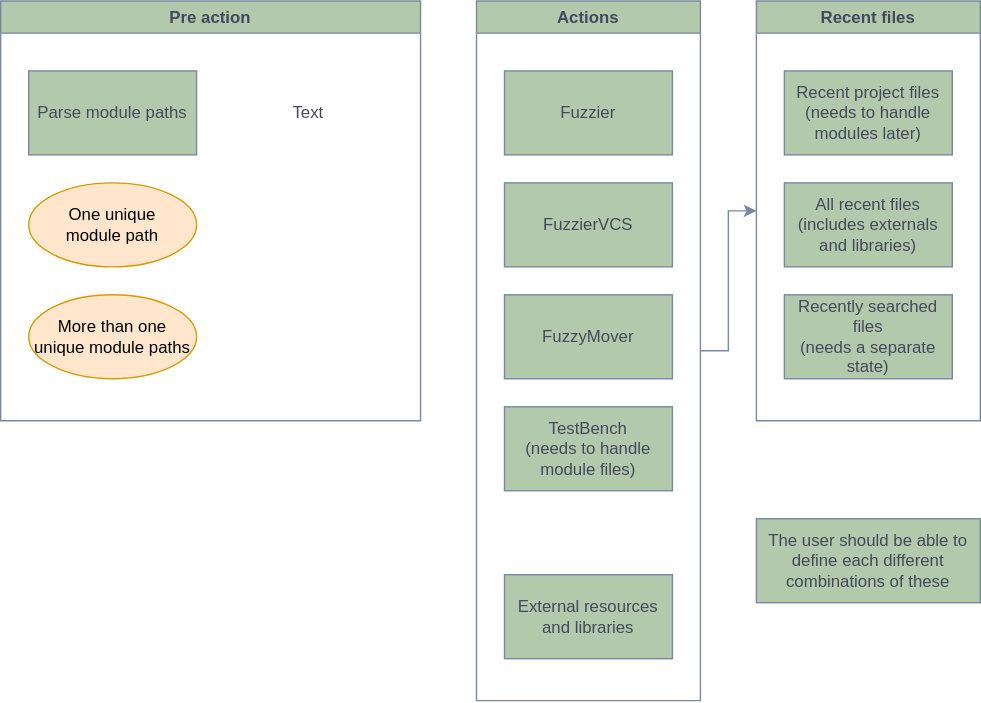
Above: assets/FuzzierSearchPlanning.drawio.svg in MituuZ/fuzzier (draw.io), before the change. Source tidied: cells renumbered, new cells last; positions are measured from the earlier drawing's top-left corner, leaving out a move shared by most shapes.
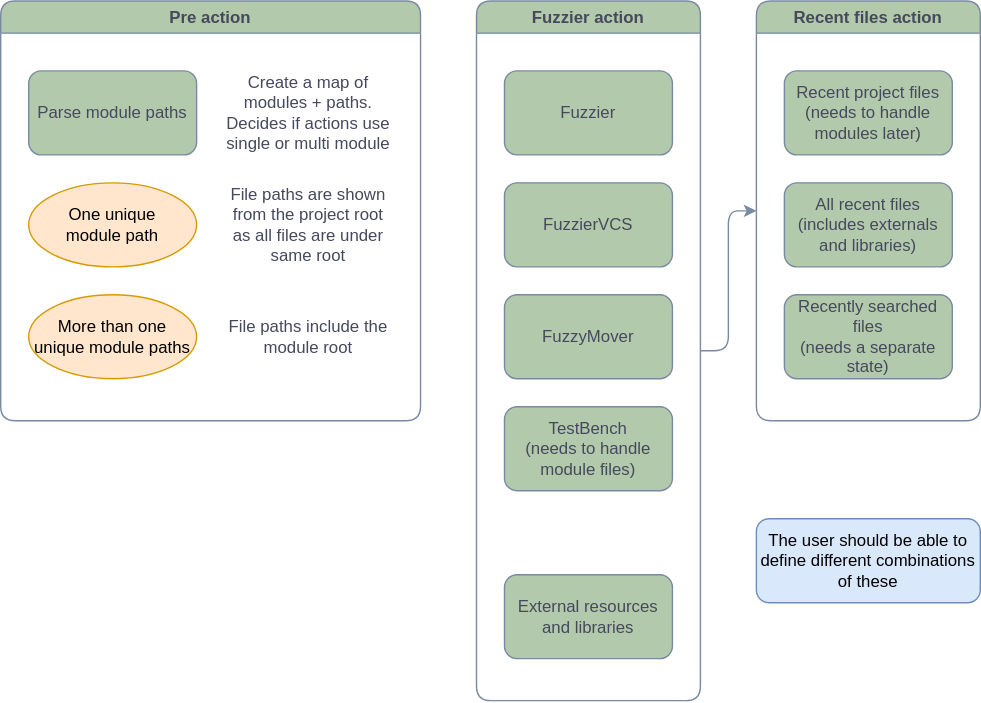
Later version of the same file.

What changed in the source:
```diff
@@ -2,56 +2,62 @@
   <root>
     <mxCell id="0" />
     <mxCell id="1" parent="0" />
-    <mxCell id="2" style="edgeStyle=orthogonalEdgeStyle;rounded=0;jettySize=auto;html=1;entryX=0;entryY=0.5;entryDx=0;entryDy=0;labelBackgroundColor=none;strokeColor=#788AA3;fontColor=default;" parent="1" edge="1" source="3" target="9">
+    <mxCell id="2" style="edgeStyle=orthogonalEdgeStyle;rounded=1;jettySize=auto;html=1;entryX=0;entryY=0.5;entryDx=0;entryDy=0;labelBackgroundColor=none;strokeColor=#788AA3;fontColor=default;" parent="1" edge="1" source="3" target="9">
       <mxGeometry relative="1" as="geometry" />
     </mxCell>
-    <mxCell id="3" value="Actions" style="swimlane;whiteSpace=wrap;html=1;labelBackgroundColor=none;fillColor=#B2C9AB;strokeColor=#788AA3;fontColor=#46495D;" parent="1" vertex="1">
+    <mxCell id="3" value="Fuzzier action" style="swimlane;whiteSpace=wrap;html=1;labelBackgroundColor=none;fillColor=#B2C9AB;strokeColor=#788AA3;fontColor=#46495D;rounded=1;" parent="1" vertex="1">
       <mxGeometry x="340" width="160" height="500" as="geometry" />
     </mxCell>
-    <mxCell id="4" value="Fuzzier" style="rounded=0;whiteSpace=wrap;html=1;labelBackgroundColor=none;fillColor=#B2C9AB;strokeColor=#788AA3;fontColor=#46495D;" parent="3" vertex="1">
+    <mxCell id="4" value="Fuzzier" style="rounded=1;whiteSpace=wrap;html=1;labelBackgroundColor=none;fillColor=#B2C9AB;strokeColor=#788AA3;fontColor=#46495D;" parent="3" vertex="1">
       <mxGeometry x="20" y="50" width="120" height="60" as="geometry" />
     </mxCell>
-    <mxCell id="5" value="FuzzierVCS" style="rounded=0;whiteSpace=wrap;html=1;labelBackgroundColor=none;fillColor=#B2C9AB;strokeColor=#788AA3;fontColor=#46495D;" parent="3" vertex="1">
+    <mxCell id="5" value="FuzzierVCS" style="rounded=1;whiteSpace=wrap;html=1;labelBackgroundColor=none;fillColor=#B2C9AB;strokeColor=#788AA3;fontColor=#46495D;" parent="3" vertex="1">
       <mxGeometry x="20" y="130" width="120" height="60" as="geometry" />
     </mxCell>
-    <mxCell id="6" value="FuzzyMover" style="rounded=0;whiteSpace=wrap;html=1;labelBackgroundColor=none;fillColor=#B2C9AB;strokeColor=#788AA3;fontColor=#46495D;" parent="3" vertex="1">
+    <mxCell id="6" value="FuzzyMover" style="rounded=1;whiteSpace=wrap;html=1;labelBackgroundColor=none;fillColor=#B2C9AB;strokeColor=#788AA3;fontColor=#46495D;" parent="3" vertex="1">
       <mxGeometry x="20" y="210" width="120" height="60" as="geometry" />
     </mxCell>
-    <mxCell id="7" value="External resources and libraries" style="rounded=0;whiteSpace=wrap;html=1;labelBackgroundColor=none;fillColor=#B2C9AB;strokeColor=#788AA3;fontColor=#46495D;" parent="3" vertex="1">
+    <mxCell id="7" value="External resources and libraries" style="rounded=1;whiteSpace=wrap;html=1;labelBackgroundColor=none;fillColor=#B2C9AB;strokeColor=#788AA3;fontColor=#46495D;" parent="3" vertex="1">
       <mxGeometry x="20" y="410" width="120" height="60" as="geometry" />
     </mxCell>
-    <mxCell id="8" value="&lt;div&gt;TestBench&lt;/div&gt;&lt;div&gt;(needs to handle module files)&lt;br&gt;&lt;/div&gt;" style="rounded=0;whiteSpace=wrap;html=1;labelBackgroundColor=none;fillColor=#B2C9AB;strokeColor=#788AA3;fontColor=#46495D;" parent="3" vertex="1">
+    <mxCell id="8" value="&lt;div&gt;TestBench&lt;/div&gt;&lt;div&gt;(needs to handle module files)&lt;br&gt;&lt;/div&gt;" style="rounded=1;whiteSpace=wrap;html=1;labelBackgroundColor=none;fillColor=#B2C9AB;strokeColor=#788AA3;fontColor=#46495D;" parent="3" vertex="1">
       <mxGeometry x="20" y="290" width="120" height="60" as="geometry" />
     </mxCell>
-    <mxCell id="9" value="Recent files" style="swimlane;whiteSpace=wrap;html=1;labelBackgroundColor=none;fillColor=#B2C9AB;strokeColor=#788AA3;fontColor=#46495D;" parent="1" vertex="1">
+    <mxCell id="9" value="Recent files action" style="swimlane;whiteSpace=wrap;html=1;labelBackgroundColor=none;fillColor=#B2C9AB;strokeColor=#788AA3;fontColor=#46495D;rounded=1;" parent="1" vertex="1">
       <mxGeometry x="540" width="160" height="300" as="geometry" />
     </mxCell>
-    <mxCell id="10" value="&lt;div&gt;Recent project files&lt;/div&gt;&lt;div&gt;(needs to handle modules later)&lt;br&gt;&lt;/div&gt;" style="rounded=0;whiteSpace=wrap;html=1;labelBackgroundColor=none;fillColor=#B2C9AB;strokeColor=#788AA3;fontColor=#46495D;" parent="9" vertex="1">
+    <mxCell id="10" value="&lt;div&gt;Recent project files&lt;/div&gt;&lt;div&gt;(needs to handle modules later)&lt;br&gt;&lt;/div&gt;" style="rounded=1;whiteSpace=wrap;html=1;labelBackgroundColor=none;fillColor=#B2C9AB;strokeColor=#788AA3;fontColor=#46495D;" parent="9" vertex="1">
       <mxGeometry x="20" y="50" width="120" height="60" as="geometry" />
     </mxCell>
-    <mxCell id="11" value="&lt;div&gt;All recent files&lt;/div&gt;&lt;div&gt;(includes externals and libraries)&lt;br&gt;&lt;/div&gt;" style="rounded=0;whiteSpace=wrap;html=1;labelBackgroundColor=none;fillColor=#B2C9AB;strokeColor=#788AA3;fontColor=#46495D;" parent="9" vertex="1">
+    <mxCell id="11" value="&lt;div&gt;All recent files&lt;/div&gt;&lt;div&gt;(includes externals and libraries)&lt;br&gt;&lt;/div&gt;" style="rounded=1;whiteSpace=wrap;html=1;labelBackgroundColor=none;fillColor=#B2C9AB;strokeColor=#788AA3;fontColor=#46495D;" parent="9" vertex="1">
       <mxGeometry x="20" y="130" width="120" height="60" as="geometry" />
     </mxCell>
-    <mxCell id="12" value="&lt;div&gt;Recently searched files&lt;/div&gt;&lt;div&gt;(needs a separate state)&lt;br&gt;&lt;/div&gt;" style="rounded=0;whiteSpace=wrap;html=1;labelBackgroundColor=none;fillColor=#B2C9AB;strokeColor=#788AA3;fontColor=#46495D;" parent="9" vertex="1">
+    <mxCell id="12" value="&lt;div&gt;Recently searched files&lt;/div&gt;&lt;div&gt;(needs a separate state)&lt;br&gt;&lt;/div&gt;" style="rounded=1;whiteSpace=wrap;html=1;labelBackgroundColor=none;fillColor=#B2C9AB;strokeColor=#788AA3;fontColor=#46495D;" parent="9" vertex="1">
       <mxGeometry x="20" y="210" width="120" height="60" as="geometry" />
     </mxCell>
-    <mxCell id="13" value="The user should be able to define each different combinations of these " style="text;html=1;align=center;verticalAlign=middle;whiteSpace=wrap;rounded=0;fillColor=#B2C9AB;strokeColor=#788AA3;labelBackgroundColor=none;fontColor=#46495D;" parent="1" vertex="1">
+    <mxCell id="13" value="The user should be able to define different combinations of these " style="text;html=1;align=center;verticalAlign=middle;whiteSpace=wrap;rounded=1;fillColor=#dae8fc;strokeColor=#6c8ebf;labelBackgroundColor=none;" parent="1" vertex="1">
       <mxGeometry x="540" y="370" width="160" height="60" as="geometry" />
     </mxCell>
-    <mxCell id="14" value="Pre action" style="swimlane;whiteSpace=wrap;html=1;labelBackgroundColor=none;fillColor=#B2C9AB;strokeColor=#788AA3;fontColor=#46495D;" parent="1" vertex="1">
+    <mxCell id="14" value="Pre action" style="swimlane;whiteSpace=wrap;html=1;labelBackgroundColor=none;fillColor=#B2C9AB;strokeColor=#788AA3;fontColor=#46495D;rounded=1;" parent="1" vertex="1">
       <mxGeometry width="300" height="300" as="geometry" />
     </mxCell>
-    <mxCell id="15" value="Parse module paths" style="rounded=0;whiteSpace=wrap;html=1;labelBackgroundColor=none;fillColor=#B2C9AB;strokeColor=#788AA3;fontColor=#46495D;" parent="14" vertex="1">
+    <mxCell id="15" value="Parse module paths" style="rounded=1;whiteSpace=wrap;html=1;labelBackgroundColor=none;fillColor=#B2C9AB;strokeColor=#788AA3;fontColor=#46495D;" parent="14" vertex="1">
       <mxGeometry x="20" y="50" width="120" height="60" as="geometry" />
     </mxCell>
-    <mxCell id="16" value="&lt;div&gt;One unique&lt;/div&gt;&lt;div&gt;module path&lt;br&gt;&lt;/div&gt;" style="ellipse;whiteSpace=wrap;html=1;labelBackgroundColor=none;fillColor=#ffe6cc;strokeColor=#d79b00;" parent="14" vertex="1">
+    <mxCell id="16" value="&lt;div&gt;One unique&lt;/div&gt;&lt;div&gt;module path&lt;br&gt;&lt;/div&gt;" style="ellipse;whiteSpace=wrap;html=1;labelBackgroundColor=none;fillColor=#ffe6cc;strokeColor=#d79b00;rounded=1;" parent="14" vertex="1">
       <mxGeometry x="20" y="130" width="120" height="60" as="geometry" />
     </mxCell>
-    <mxCell id="17" value="&lt;div&gt;More than one&lt;/div&gt;&lt;div&gt;unique module paths&lt;br&gt;&lt;/div&gt;" style="ellipse;whiteSpace=wrap;html=1;labelBackgroundColor=none;fillColor=#ffe6cc;strokeColor=#d79b00;" parent="14" vertex="1">
+    <mxCell id="17" value="&lt;div&gt;More than one&lt;/div&gt;&lt;div&gt;unique module paths&lt;br&gt;&lt;/div&gt;" style="ellipse;whiteSpace=wrap;html=1;labelBackgroundColor=none;fillColor=#ffe6cc;strokeColor=#d79b00;rounded=1;" parent="14" vertex="1">
       <mxGeometry x="20" y="210" width="120" height="60" as="geometry" />
     </mxCell>
-    <mxCell id="18" value="Text" style="text;html=1;align=center;verticalAlign=middle;whiteSpace=wrap;rounded=0;fontColor=#46495D;" parent="14" vertex="1">
+    <mxCell id="18" value="&lt;div&gt;Create a map of modules + paths.&lt;/div&gt;&lt;div&gt;Decides if actions use single or multi module&lt;br&gt;&lt;/div&gt;" style="text;html=1;align=center;verticalAlign=middle;whiteSpace=wrap;rounded=1;fontColor=#46495D;" parent="14" vertex="1">
       <mxGeometry x="160" y="50" width="120" height="60" as="geometry" />
     </mxCell>
+    <mxCell id="19" value="File paths are shown from the project root as all files are under same root" style="text;html=1;align=center;verticalAlign=middle;whiteSpace=wrap;rounded=1;fontColor=#46495D;" parent="14" vertex="1">
+      <mxGeometry x="160" y="130" width="120" height="60" as="geometry" />
+    </mxCell>
+    <mxCell id="20" value="File paths include the module root" style="text;html=1;align=center;verticalAlign=middle;whiteSpace=wrap;rounded=1;fontColor=#46495D;" parent="14" vertex="1">
+      <mxGeometry x="160" y="210" width="120" height="60" as="geometry" />
+    </mxCell>
   </root>
 </mxGraphModel>
```
